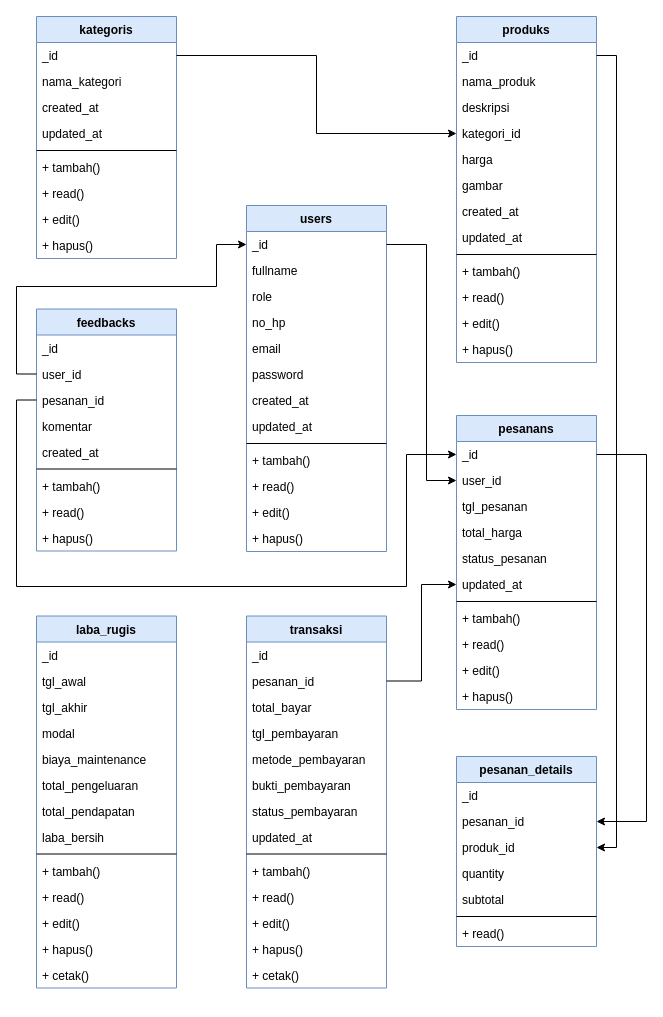
Earlier version of the draw.io diagram Class diagram.drawio (sintariaulia/Diagram). Source tidied: cells renumbered, new cells numbered last; positions are measured from the earlier drawing's top-left corner, leaving out a move shared by most shapes. Both pictures are drawn from the tidied source at 100%, with x=0, y=0 at pixel (16, 16).
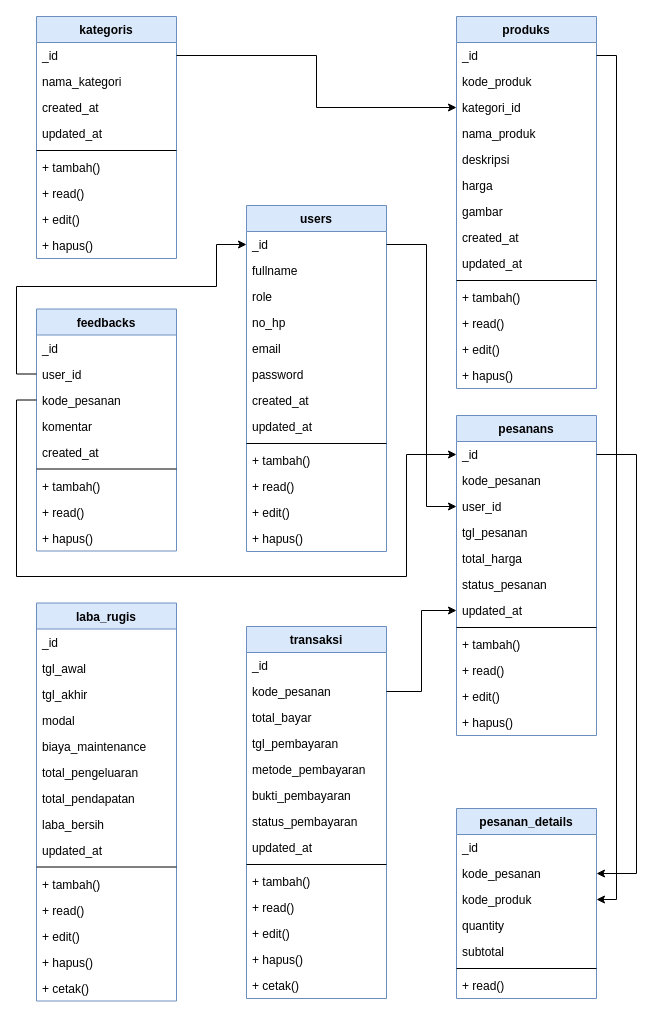
The same page after the edit.

The change refers to these unchanged cells:
```xml
<mxCell id="12" value="feedbacks" style="swimlane;fontStyle=1;align=center;verticalAlign=top;horizontal=1;startSize=26;rounded=0;shadow=0;strokeWidth=1;fillColor=#dae8fc;strokeColor=#6c8ebf;" parent="1" vertex="1">
  <mxGeometry x="20" y="292.5" width="140" height="242" as="geometry" />
</mxCell>
<mxCell id="37" value="_id" style="text;align=left;verticalAlign=top;spacingLeft=4;spacingRight=4;overflow=hidden;points=[[0,0.5],[1,0.5]];portConstraint=eastwest;" parent="36" vertex="1">
  <mxGeometry y="26" width="140" height="26" as="geometry" />
</mxCell>
<mxCell id="51" value="_id" style="text;align=left;verticalAlign=top;spacingLeft=4;spacingRight=4;overflow=hidden;points=[[0,0.5],[1,0.5]];portConstraint=eastwest;" parent="50" vertex="1">
  <mxGeometry y="26" width="140" height="26" as="geometry" />
</mxCell>
```

The edit, as a diff of the source:
```diff
@@
-    <mxCell id="15" value="pesanan_id" style="text;align=left;verticalAlign=top;spacingLeft=4;spacingRight=4;overflow=hidden;points=[[0,0.5],[1,0.5]];portConstraint=eastwest;rounded=0;shadow=0;html=0;" parent="12" vertex="1">
+    <mxCell id="15" value="kode_pesanan" style="text;align=left;verticalAlign=top;spacingLeft=4;spacingRight=4;overflow=hidden;points=[[0,0.5],[1,0.5]];portConstraint=eastwest;rounded=0;shadow=0;html=0;" parent="12" vertex="1">
       <mxGeometry y="78" width="140" height="26" as="geometry" />
     </mxCell>
@@
     <mxCell id="22" value="produks" style="swimlane;fontStyle=1;align=center;verticalAlign=top;horizontal=1;startSize=26;rounded=0;shadow=0;strokeWidth=1;fillColor=#dae8fc;strokeColor=#6c8ebf;" parent="1" vertex="1">
-      <mxGeometry x="440" width="140" height="346" as="geometry" />
+      <mxGeometry x="440" width="140" height="372" as="geometry" />
     </mxCell>
@@
+    <mxCell id="107" value="kode_produk" style="text;align=left;verticalAlign=top;spacingLeft=4;spacingRight=4;overflow=hidden;" parent="22" vertex="1">
+      <mxGeometry y="52" width="140" height="26" as="geometry" />
+    </mxCell>
+    <mxCell id="26" value="kategori_id" style="text;align=left;verticalAlign=top;spacingLeft=4;spacingRight=4;overflow=hidden;points=[[0,0.5],[1,0.5]];portConstraint=eastwest;" parent="22" vertex="1">
+      <mxGeometry y="78" width="140" height="26" as="geometry" />
+    </mxCell>
     <mxCell id="24" value="nama_produk" style="text;align=left;verticalAlign=top;spacingLeft=4;spacingRight=4;overflow=hidden;" parent="22" vertex="1">
-      <mxGeometry y="52" width="140" height="26" as="geometry" />
+      <mxGeometry y="104" width="140" height="26" as="geometry" />
     </mxCell>
     <mxCell id="25" value="deskripsi" style="text;align=left;verticalAlign=top;spacingLeft=4;spacingRight=4;overflow=hidden;" parent="22" vertex="1">
-      <mxGeometry y="78" width="140" height="26" as="geometry" />
+      <mxGeometry y="130" width="140" height="26" as="geometry" />
     </mxCell>
-    <mxCell id="26" value="kategori_id" style="text;align=left;verticalAlign=top;spacingLeft=4;spacingRight=4;overflow=hidden;points=[[0,0.5],[1,0.5]];portConstraint=eastwest;" parent="22" vertex="1">
-      <mxGeometry y="104" width="140" height="26" as="geometry" />
-    </mxCell>
     <mxCell id="27" value="harga" style="text;align=left;verticalAlign=top;spacingLeft=4;spacingRight=4;overflow=hidden;" parent="22" vertex="1">
-      <mxGeometry y="130" width="140" height="26" as="geometry" />
+      <mxGeometry y="156" width="140" height="26" as="geometry" />
     </mxCell>
     <mxCell id="28" value="gambar" style="text;align=left;verticalAlign=top;spacingLeft=4;spacingRight=4;overflow=hidden;" parent="22" vertex="1">
-      <mxGeometry y="156" width="140" height="26" as="geometry" />
+      <mxGeometry y="182" width="140" height="26" as="geometry" />
     </mxCell>
     <mxCell id="29" value="created_at" style="text;align=left;verticalAlign=top;spacingLeft=4;spacingRight=4;overflow=hidden;rounded=0;shadow=0;html=0;" parent="22" vertex="1">
-      <mxGeometry y="182" width="140" height="26" as="geometry" />
+      <mxGeometry y="208" width="140" height="26" as="geometry" />
     </mxCell>
     <mxCell id="30" value="updated_at" style="text;align=left;verticalAlign=top;spacingLeft=4;spacingRight=4;overflow=hidden;rounded=0;shadow=0;html=0;" parent="22" vertex="1">
-      <mxGeometry y="208" width="140" height="26" as="geometry" />
+      <mxGeometry y="234" width="140" height="26" as="geometry" />
     </mxCell>
     <mxCell id="31" style="line;html=1;strokeWidth=1;align=left;verticalAlign=middle;spacingTop=-1;spacingLeft=3;spacingRight=3;labelPosition=right;" parent="22" vertex="1">
-      <mxGeometry y="234" width="140" height="8" as="geometry" />
+      <mxGeometry y="260" width="140" height="8" as="geometry" />
     </mxCell>
     <mxCell id="32" value="+ tambah()" style="text;align=left;verticalAlign=top;spacingLeft=4;spacingRight=4;overflow=hidden;" parent="22" vertex="1">
-      <mxGeometry y="242" width="140" height="26" as="geometry" />
+      <mxGeometry y="268" width="140" height="26" as="geometry" />
     </mxCell>
     <mxCell id="33" value="+ read()" style="text;align=left;verticalAlign=top;spacingLeft=4;spacingRight=4;overflow=hidden;" parent="22" vertex="1">
-      <mxGeometry y="268" width="140" height="26" as="geometry" />
+      <mxGeometry y="294" width="140" height="26" as="geometry" />
     </mxCell>
     <mxCell id="34" value="+ edit()" style="text;align=left;verticalAlign=top;spacingLeft=4;spacingRight=4;overflow=hidden;" parent="22" vertex="1">
-      <mxGeometry y="294" width="140" height="26" as="geometry" />
+      <mxGeometry y="320" width="140" height="26" as="geometry" />
     </mxCell>
     <mxCell id="35" value="+ hapus()" style="text;align=left;verticalAlign=top;spacingLeft=4;spacingRight=4;overflow=hidden;" parent="22" vertex="1">
-      <mxGeometry y="320" width="140" height="26" as="geometry" />
+      <mxGeometry y="346" width="140" height="26" as="geometry" />
     </mxCell>
@@
     <mxCell id="50" value="pesanans" style="swimlane;fontStyle=1;align=center;verticalAlign=top;horizontal=1;startSize=26;rounded=0;shadow=0;strokeWidth=1;fillColor=#dae8fc;strokeColor=#6c8ebf;" parent="1" vertex="1">
-      <mxGeometry x="440" y="399" width="140" height="294" as="geometry" />
+      <mxGeometry x="440" y="399" width="140" height="320" as="geometry" />
     </mxCell>
@@
+    <mxCell id="108" value="kode_pesanan" style="text;align=left;verticalAlign=top;spacingLeft=4;spacingRight=4;overflow=hidden;" parent="50" vertex="1">
+      <mxGeometry y="52" width="140" height="26" as="geometry" />
+    </mxCell>
     <mxCell id="52" value="user_id" style="text;align=left;verticalAlign=top;spacingLeft=4;spacingRight=4;overflow=hidden;points=[[0,0.5],[1,0.5]];portConstraint=eastwest;rounded=0;shadow=0;html=0;" parent="50" vertex="1">
-      <mxGeometry y="52" width="140" height="26" as="geometry" />
+      <mxGeometry y="78" width="140" height="26" as="geometry" />
     </mxCell>
     <mxCell id="53" value="tgl_pesanan" style="text;align=left;verticalAlign=top;spacingLeft=4;spacingRight=4;overflow=hidden;rounded=0;shadow=0;html=0;" parent="50" vertex="1">
-      <mxGeometry y="78" width="140" height="26" as="geometry" />
+      <mxGeometry y="104" width="140" height="26" as="geometry" />
     </mxCell>
     <mxCell id="54" value="total_harga" style="text;align=left;verticalAlign=top;spacingLeft=4;spacingRight=4;overflow=hidden;rounded=0;shadow=0;html=0;" parent="50" vertex="1">
-      <mxGeometry y="104" width="140" height="26" as="geometry" />
+      <mxGeometry y="130" width="140" height="26" as="geometry" />
     </mxCell>
     <mxCell id="55" value="status_pesanan" style="text;align=left;verticalAlign=top;spacingLeft=4;spacingRight=4;overflow=hidden;rounded=0;shadow=0;html=0;" parent="50" vertex="1">
-      <mxGeometry y="130" width="140" height="26" as="geometry" />
+      <mxGeometry y="156" width="140" height="26" as="geometry" />
     </mxCell>
     <mxCell id="56" value="updated_at" style="text;align=left;verticalAlign=top;spacingLeft=4;spacingRight=4;overflow=hidden;points=[[0,0.5],[1,0.5]];portConstraint=eastwest;rounded=0;shadow=0;html=0;" parent="50" vertex="1">
-      <mxGeometry y="156" width="140" height="26" as="geometry" />
+      <mxGeometry y="182" width="140" height="26" as="geometry" />
     </mxCell>
     <mxCell id="57" style="line;html=1;strokeWidth=1;align=left;verticalAlign=middle;spacingTop=-1;spacingLeft=3;spacingRight=3;labelPosition=right;" parent="50" vertex="1">
-      <mxGeometry y="182" width="140" height="8" as="geometry" />
+      <mxGeometry y="208" width="140" height="8" as="geometry" />
     </mxCell>
     <mxCell id="58" value="+ tambah()" style="text;align=left;verticalAlign=top;spacingLeft=4;spacingRight=4;overflow=hidden;" parent="50" vertex="1">
-      <mxGeometry y="190" width="140" height="26" as="geometry" />
+      <mxGeometry y="216" width="140" height="26" as="geometry" />
     </mxCell>
     <mxCell id="59" value="+ read()" style="text;align=left;verticalAlign=top;spacingLeft=4;spacingRight=4;overflow=hidden;" parent="50" vertex="1">
-      <mxGeometry y="216" width="140" height="26" as="geometry" />
+      <mxGeometry y="242" width="140" height="26" as="geometry" />
     </mxCell>
     <mxCell id="60" value="+ edit()" style="text;align=left;verticalAlign=top;spacingLeft=4;spacingRight=4;overflow=hidden;" parent="50" vertex="1">
-      <mxGeometry y="242" width="140" height="26" as="geometry" />
+      <mxGeometry y="268" width="140" height="26" as="geometry" />
     </mxCell>
     <mxCell id="61" value="+ hapus()" style="text;align=left;verticalAlign=top;spacingLeft=4;spacingRight=4;overflow=hidden;" parent="50" vertex="1">
-      <mxGeometry y="268" width="140" height="26" as="geometry" />
+      <mxGeometry y="294" width="140" height="26" as="geometry" />
     </mxCell>
     <mxCell id="62" value="transaksi" style="swimlane;fontStyle=1;align=center;verticalAlign=top;horizontal=1;startSize=26;rounded=0;shadow=0;strokeWidth=1;fillColor=#dae8fc;strokeColor=#6c8ebf;" parent="1" vertex="1">
-      <mxGeometry x="230" y="599.5" width="140" height="372" as="geometry" />
+      <mxGeometry x="230" y="610" width="140" height="372" as="geometry" />
     </mxCell>
@@
-    <mxCell id="64" value="pesanan_id" style="text;align=left;verticalAlign=top;spacingLeft=4;spacingRight=4;overflow=hidden;points=[[0,0.5],[1,0.5]];portConstraint=eastwest;rounded=0;shadow=0;html=0;" parent="62" vertex="1">
+    <mxCell id="64" value="kode_pesanan" style="text;align=left;verticalAlign=top;spacingLeft=4;spacingRight=4;overflow=hidden;points=[[0,0.5],[1,0.5]];portConstraint=eastwest;rounded=0;shadow=0;html=0;" parent="62" vertex="1">
       <mxGeometry y="52" width="140" height="26" as="geometry" />
     </mxCell>
@@
     <mxCell id="78" value="laba_rugis" style="swimlane;fontStyle=1;align=center;verticalAlign=top;horizontal=1;startSize=26;rounded=0;shadow=0;strokeWidth=1;fillColor=#dae8fc;strokeColor=#6c8ebf;" parent="1" vertex="1">
-      <mxGeometry x="20" y="599.5" width="140" height="372" as="geometry" />
+      <mxGeometry x="20" y="586.5" width="140" height="398" as="geometry" />
     </mxCell>
@@
+    <mxCell id="109" value="updated_at" style="text;align=left;verticalAlign=top;spacingLeft=4;spacingRight=4;overflow=hidden;rounded=0;shadow=0;html=0;" parent="78" vertex="1">
+      <mxGeometry y="234" width="140" height="26" as="geometry" />
+    </mxCell>
     <mxCell id="87" style="line;html=1;strokeWidth=1;align=left;verticalAlign=middle;spacingTop=-1;spacingLeft=3;spacingRight=3;labelPosition=right;" parent="78" vertex="1">
-      <mxGeometry y="234" width="140" height="8" as="geometry" />
+      <mxGeometry y="260" width="140" height="8" as="geometry" />
     </mxCell>
     <mxCell id="88" value="+ tambah()" style="text;align=left;verticalAlign=top;spacingLeft=4;spacingRight=4;overflow=hidden;" parent="78" vertex="1">
-      <mxGeometry y="242" width="140" height="26" as="geometry" />
+      <mxGeometry y="268" width="140" height="26" as="geometry" />
     </mxCell>
     <mxCell id="89" value="+ read()" style="text;align=left;verticalAlign=top;spacingLeft=4;spacingRight=4;overflow=hidden;" parent="78" vertex="1">
-      <mxGeometry y="268" width="140" height="26" as="geometry" />
+      <mxGeometry y="294" width="140" height="26" as="geometry" />
     </mxCell>
     <mxCell id="90" value="+ edit()" style="text;align=left;verticalAlign=top;spacingLeft=4;spacingRight=4;overflow=hidden;" parent="78" vertex="1">
-      <mxGeometry y="294" width="140" height="26" as="geometry" />
+      <mxGeometry y="320" width="140" height="26" as="geometry" />
     </mxCell>
     <mxCell id="91" value="+ hapus()" style="text;align=left;verticalAlign=top;spacingLeft=4;spacingRight=4;overflow=hidden;" parent="78" vertex="1">
-      <mxGeometry y="320" width="140" height="26" as="geometry" />
+      <mxGeometry y="346" width="140" height="26" as="geometry" />
     </mxCell>
     <mxCell id="92" value="+ cetak()" style="text;align=left;verticalAlign=top;spacingLeft=4;spacingRight=4;overflow=hidden;" parent="78" vertex="1">
-      <mxGeometry y="346" width="140" height="26" as="geometry" />
+      <mxGeometry y="372" width="140" height="26" as="geometry" />
     </mxCell>
     <mxCell id="93" value="pesanan_details" style="swimlane;fontStyle=1;align=center;verticalAlign=top;horizontal=1;startSize=26;rounded=0;shadow=0;strokeWidth=1;fillColor=#dae8fc;strokeColor=#6c8ebf;" parent="1" vertex="1">
-      <mxGeometry x="440" y="740" width="140" height="190" as="geometry" />
+      <mxGeometry x="440" y="792" width="140" height="190" as="geometry" />
     </mxCell>
@@
-    <mxCell id="95" value="pesanan_id" style="text;align=left;verticalAlign=top;spacingLeft=4;spacingRight=4;overflow=hidden;points=[[0,0.5],[1,0.5]];portConstraint=eastwest;rounded=0;shadow=0;html=0;" parent="93" vertex="1">
+    <mxCell id="95" value="kode_pesanan" style="text;align=left;verticalAlign=top;spacingLeft=4;spacingRight=4;overflow=hidden;points=[[0,0.5],[1,0.5]];portConstraint=eastwest;rounded=0;shadow=0;html=0;" parent="93" vertex="1">
       <mxGeometry y="52" width="140" height="26" as="geometry" />
     </mxCell>
-    <mxCell id="96" value="produk_id" style="text;align=left;verticalAlign=top;spacingLeft=4;spacingRight=4;overflow=hidden;points=[[0,0.5],[1,0.5]];portConstraint=eastwest;rounded=0;shadow=0;html=0;" parent="93" vertex="1">
+    <mxCell id="96" value="kode_produk" style="text;align=left;verticalAlign=top;spacingLeft=4;spacingRight=4;overflow=hidden;points=[[0,0.5],[1,0.5]];portConstraint=eastwest;rounded=0;shadow=0;html=0;" parent="93" vertex="1">
       <mxGeometry y="78" width="140" height="26" as="geometry" />
     </mxCell>
@@
     <mxCell id="102" style="edgeStyle=orthogonalEdgeStyle;rounded=0;jettySize=auto;html=1;exitX=0;exitY=0.5;exitDx=0;exitDy=0;entryX=0;entryY=0.5;entryDx=0;entryDy=0;" parent="1" edge="1" source="15" target="51">
       <mxGeometry relative="1" as="geometry">
         <Array as="points">
           <mxPoint y="384" />
-          <mxPoint y="570" />
-          <mxPoint x="390" y="570" />
+          <mxPoint y="560" />
+          <mxPoint x="390" y="560" />
           <mxPoint x="390" y="438" />
         </Array>
       </mxGeometry>
     </mxCell>
     <mxCell id="103" style="edgeStyle=orthogonalEdgeStyle;rounded=0;jettySize=auto;html=1;exitX=1;exitY=0.5;exitDx=0;exitDy=0;entryX=0;entryY=0.5;entryDx=0;entryDy=0;" parent="1" edge="1" source="37" target="52">
       <mxGeometry relative="1" as="geometry">
         <Array as="points">
           <mxPoint x="410" y="228" />
-          <mxPoint x="410" y="464" />
+          <mxPoint x="410" y="490" />
         </Array>
       </mxGeometry>
     </mxCell>
@@
     <mxCell id="105" style="edgeStyle=orthogonalEdgeStyle;rounded=0;jettySize=auto;html=1;exitX=1;exitY=0.5;exitDx=0;exitDy=0;entryX=1;entryY=0.5;entryDx=0;entryDy=0;" parent="1" edge="1" source="51" target="95">
       <mxGeometry relative="1" as="geometry">
         <Array as="points">
-          <mxPoint x="630" y="438" />
-          <mxPoint x="630" y="805" />
+          <mxPoint x="620" y="438" />
+          <mxPoint x="620" y="857" />
         </Array>
       </mxGeometry>
     </mxCell>
```
